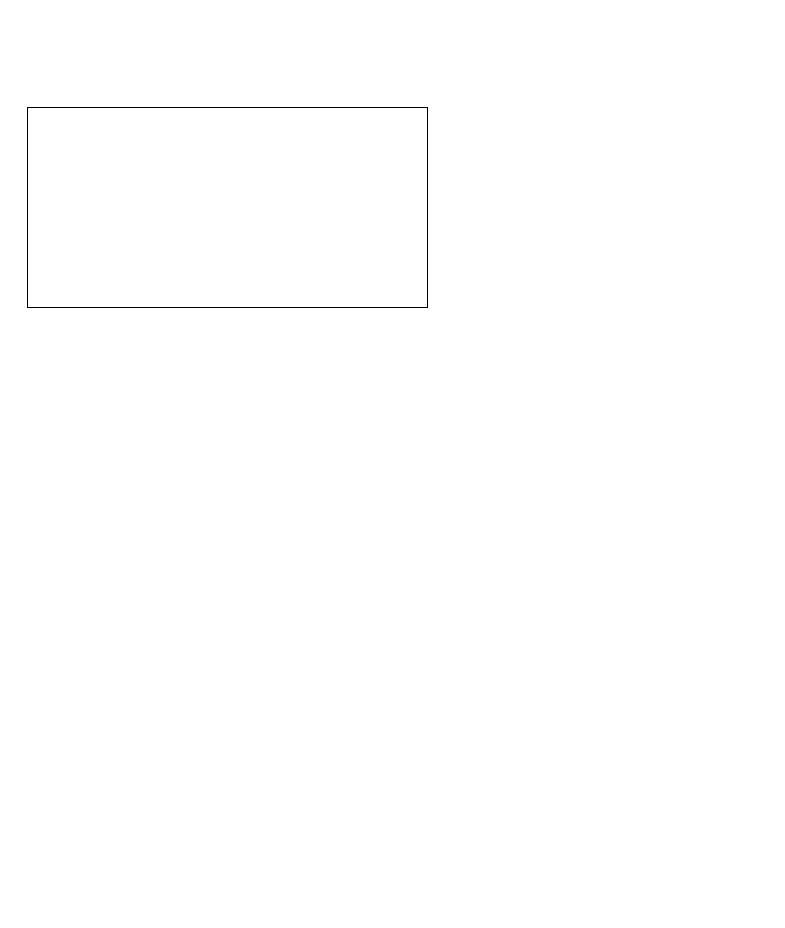
The draw.io diagram k8s.drawio in aishasharif/Project, before the edit. Source tidied: cells renumbered, new cells numbered last; positions are measured from the earlier drawing's top-left corner, leaving out a move shared by most shapes. Both pictures are drawn from the tidied source at 100%, with x=0, y=0 at pixel (27, 107).
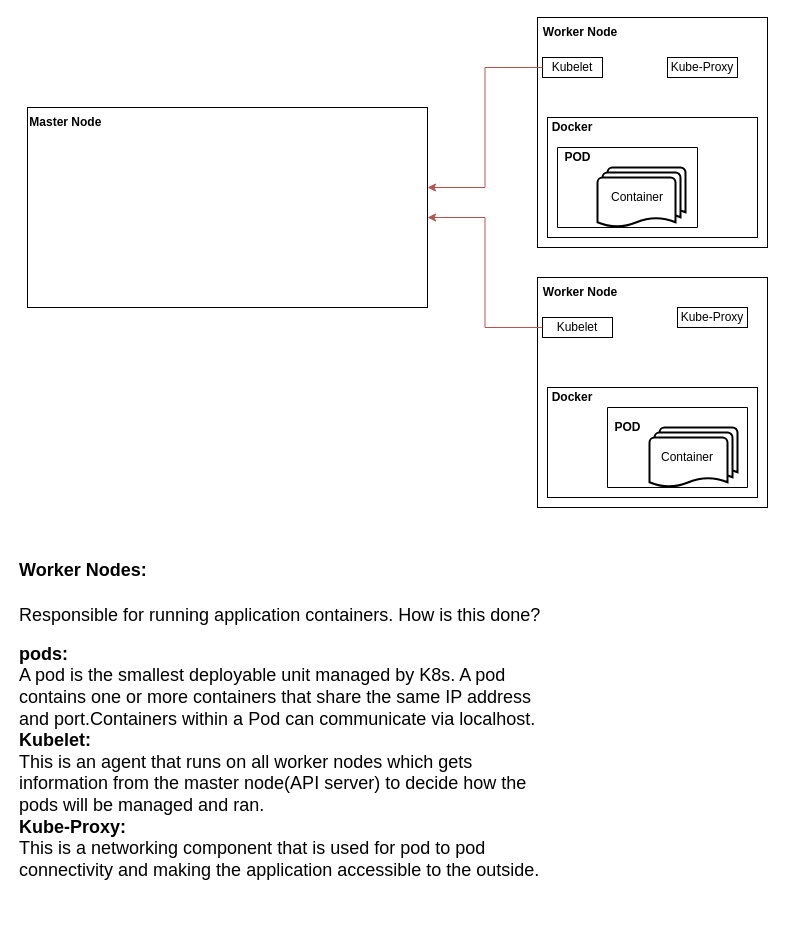
After the change.

Unchanged cells that the change refers to:
```xml
<mxCell id="2" style="rounded=0;whiteSpace=wrap;html=1;" parent="1" vertex="1">
  <mxGeometry width="400" height="200" as="geometry" />
</mxCell>
```

Diff of the diagram source:
```diff
@@
+    <mxCell id="3" value="&lt;b&gt;Master Node&amp;nbsp;&lt;/b&gt;" style="text;html=1;align=center;verticalAlign=middle;whiteSpace=wrap;rounded=0;" parent="1" vertex="1">
+      <mxGeometry width="80" height="30" as="geometry" />
+    </mxCell>
+    <mxCell id="4" style="whiteSpace=wrap;html=1;" parent="1" vertex="1">
+      <mxGeometry x="510" y="-90" width="230" height="230" as="geometry" />
+    </mxCell>
+    <mxCell id="5" style="whiteSpace=wrap;html=1;" parent="1" vertex="1">
+      <mxGeometry x="510" y="170" width="230" height="230" as="geometry" />
+    </mxCell>
+    <mxCell id="6" value="Kubelet" style="html=1;whiteSpace=wrap;" parent="1" vertex="1">
+      <mxGeometry x="515" y="-50" width="60" height="20" as="geometry" />
+    </mxCell>
+    <mxCell id="7" value="Kubelet" style="html=1;whiteSpace=wrap;" parent="1" vertex="1">
+      <mxGeometry x="515" y="210" width="70" height="20" as="geometry" />
+    </mxCell>
+    <mxCell id="8" style="rounded=0;whiteSpace=wrap;html=1;" parent="1" vertex="1">
+      <mxGeometry x="520" y="10" width="210" height="120" as="geometry" />
+    </mxCell>
+    <mxCell id="9" style="rounded=0;whiteSpace=wrap;html=1;" parent="1" vertex="1">
+      <mxGeometry x="520" y="280" width="210" height="110" as="geometry" />
+    </mxCell>
+    <mxCell id="10" value="&lt;b&gt;Docker&lt;/b&gt;" style="text;html=1;align=center;verticalAlign=middle;whiteSpace=wrap;rounded=0;" parent="1" vertex="1">
+      <mxGeometry x="520" y="10" width="50" height="20" as="geometry" />
+    </mxCell>
+    <mxCell id="11" value="&lt;b&gt;Docker&lt;/b&gt;" style="text;html=1;align=center;verticalAlign=middle;whiteSpace=wrap;rounded=0;" parent="1" vertex="1">
+      <mxGeometry x="520" y="280" width="50" height="20" as="geometry" />
+    </mxCell>
+    <mxCell id="12" value="Kube-Proxy" style="html=1;whiteSpace=wrap;" parent="1" vertex="1">
+      <mxGeometry x="640" y="-50" width="70" height="20" as="geometry" />
+    </mxCell>
+    <mxCell id="13" value="Kube-Proxy" style="html=1;whiteSpace=wrap;" parent="1" vertex="1">
+      <mxGeometry x="650" y="200" width="70" height="20" as="geometry" />
+    </mxCell>
+    <mxCell id="14" style="verticalLabelPosition=bottom;verticalAlign=top;html=1;shape=mxgraph.basic.rect;fillColor2=none;strokeWidth=1;size=20;indent=5;" parent="1" vertex="1">
+      <mxGeometry x="530" y="40" width="140" height="80" as="geometry" />
+    </mxCell>
+    <mxCell id="15" style="strokeWidth=2;html=1;shape=mxgraph.flowchart.multi-document;whiteSpace=wrap;" parent="1" vertex="1">
+      <mxGeometry x="570" y="60" width="88" height="60" as="geometry" />
+    </mxCell>
+    <mxCell id="16" value="&lt;b&gt;POD&lt;/b&gt;" style="text;html=1;align=center;verticalAlign=middle;whiteSpace=wrap;rounded=0;" parent="1" vertex="1">
+      <mxGeometry x="532.5" y="40" width="35" height="20" as="geometry" />
+    </mxCell>
+    <mxCell id="17" value="Container" style="text;html=1;align=center;verticalAlign=middle;whiteSpace=wrap;rounded=0;" parent="1" vertex="1">
+      <mxGeometry x="580" y="75" width="60" height="30" as="geometry" />
+    </mxCell>
+    <mxCell id="18" style="verticalLabelPosition=bottom;verticalAlign=top;html=1;shape=mxgraph.basic.rect;fillColor2=none;strokeWidth=1;size=20;indent=5;" parent="1" vertex="1">
+      <mxGeometry x="580" y="300" width="140" height="80" as="geometry" />
+    </mxCell>
+    <mxCell id="19" value="&lt;b&gt;POD&lt;/b&gt;" style="text;html=1;align=center;verticalAlign=middle;whiteSpace=wrap;rounded=0;" parent="1" vertex="1">
+      <mxGeometry x="582.5" y="310" width="35" height="20" as="geometry" />
+    </mxCell>
+    <mxCell id="20" style="strokeWidth=2;html=1;shape=mxgraph.flowchart.multi-document;whiteSpace=wrap;" parent="1" vertex="1">
+      <mxGeometry x="622" y="320" width="88" height="60" as="geometry" />
+    </mxCell>
+    <mxCell id="21" value="Container" style="text;html=1;align=center;verticalAlign=middle;whiteSpace=wrap;rounded=0;" parent="1" vertex="1">
+      <mxGeometry x="630" y="335" width="60" height="30" as="geometry" />
+    </mxCell>
+    <mxCell id="22" value="&lt;b&gt;Worker Node&lt;/b&gt;" style="text;html=1;align=center;verticalAlign=middle;whiteSpace=wrap;rounded=0;" parent="1" vertex="1">
+      <mxGeometry x="510" y="-90" width="86.2" height="30" as="geometry" />
+    </mxCell>
+    <mxCell id="23" value="&lt;b&gt;Worker Node&lt;/b&gt;" style="text;html=1;align=center;verticalAlign=middle;whiteSpace=wrap;rounded=0;" parent="1" vertex="1">
+      <mxGeometry x="510" y="170" width="86.2" height="30" as="geometry" />
+    </mxCell>
+    <mxCell id="24" style="edgeStyle=orthogonalEdgeStyle;rounded=0;jettySize=auto;html=1;entryX=1;entryY=0.4;entryDx=0;entryDy=0;entryPerimeter=0;fillColor=#f8cecc;strokeColor=#b85450;" parent="1" edge="1" source="6" target="2">
+      <mxGeometry relative="1" as="geometry" />
+    </mxCell>
+    <mxCell id="25" style="edgeStyle=orthogonalEdgeStyle;rounded=0;jettySize=auto;html=1;entryX=1;entryY=0.55;entryDx=0;entryDy=0;entryPerimeter=0;fillColor=#f8cecc;strokeColor=#b85450;" parent="1" edge="1" source="7" target="2">
+      <mxGeometry relative="1" as="geometry" />
+    </mxCell>
+    <mxCell id="26" value="&lt;h1 style=&quot;margin-top: 0px;&quot;&gt;&lt;font style=&quot;font-size: 18px;&quot;&gt;Worker Nodes:&lt;/font&gt;&lt;/h1&gt;&lt;h1 style=&quot;margin-top: 0px;&quot;&gt;&lt;span style=&quot;font-size: 18px; background-color: transparent; color: light-dark(rgb(0, 0, 0), rgb(255, 255, 255)); font-weight: normal;&quot;&gt;Responsible for running application containers. How is this done?&lt;/span&gt;&lt;/h1&gt;&lt;div&gt;&lt;span style=&quot;font-size: 18px;&quot;&gt;&lt;b&gt;pods:&lt;/b&gt;&lt;/span&gt;&lt;/div&gt;&lt;div&gt;&lt;span style=&quot;font-size: 18px;&quot;&gt;A pod is the smallest deployable unit managed by K8s. A pod contains one or more containers that share the same IP address and port.Containers within a Pod can communicate via localhost.&lt;/span&gt;&lt;/div&gt;&lt;div&gt;&lt;span style=&quot;font-size: 18px;&quot;&gt;&lt;b&gt;Kubelet:&lt;/b&gt;&lt;/span&gt;&lt;/div&gt;&lt;div&gt;&lt;span style=&quot;font-size: 18px;&quot;&gt;This is an agent that runs on all worker nodes which gets information from the master node(API server) to decide how the pods will be managed and ran.&lt;/span&gt;&lt;/div&gt;&lt;div&gt;&lt;span style=&quot;font-size: 18px;&quot;&gt;&lt;b&gt;Kube-Proxy:&lt;/b&gt;&lt;/span&gt;&lt;/div&gt;&lt;div&gt;&lt;span style=&quot;font-size: 18px;&quot;&gt;This is a networking component that is used for pod to pod connectivity and making the application accessible to the outside.&lt;/span&gt;&lt;/div&gt;&lt;div&gt;&lt;span style=&quot;font-size: 18px;&quot;&gt;&lt;br&gt;&lt;/span&gt;&lt;/div&gt;" style="text;html=1;whiteSpace=wrap;overflow=hidden;rounded=0;" parent="1" vertex="1">
+      <mxGeometry x="-10" y="440" width="530" height="360" as="geometry" />
+    </mxCell>
```
